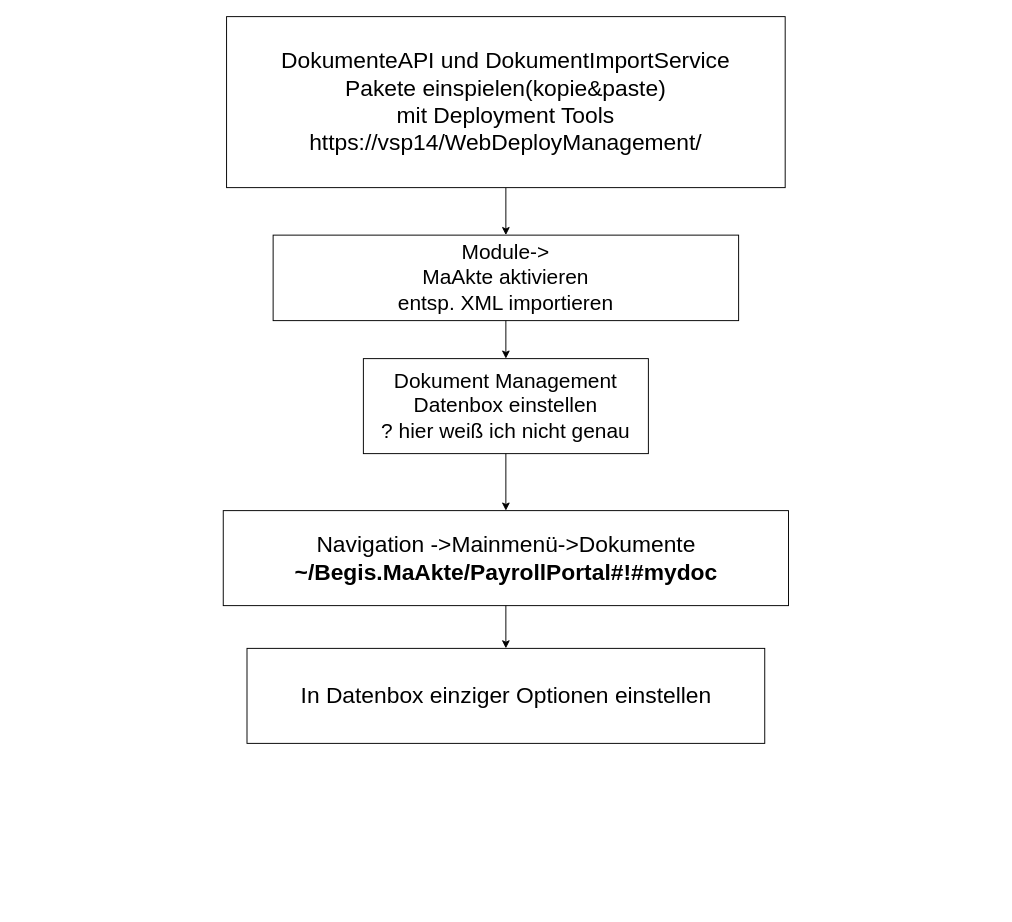
Earlier version of the draw.io diagram Datenbox einrichten.drawio (masteryijian/Hallo-World-). Source tidied: cells renumbered, new cells numbered last; positions are measured from the earlier drawing's top-left corner, leaving out a move shared by most shapes. Both pictures are drawn from the tidied source at 95%, with x=0, y=0 at pixel (223, 16).
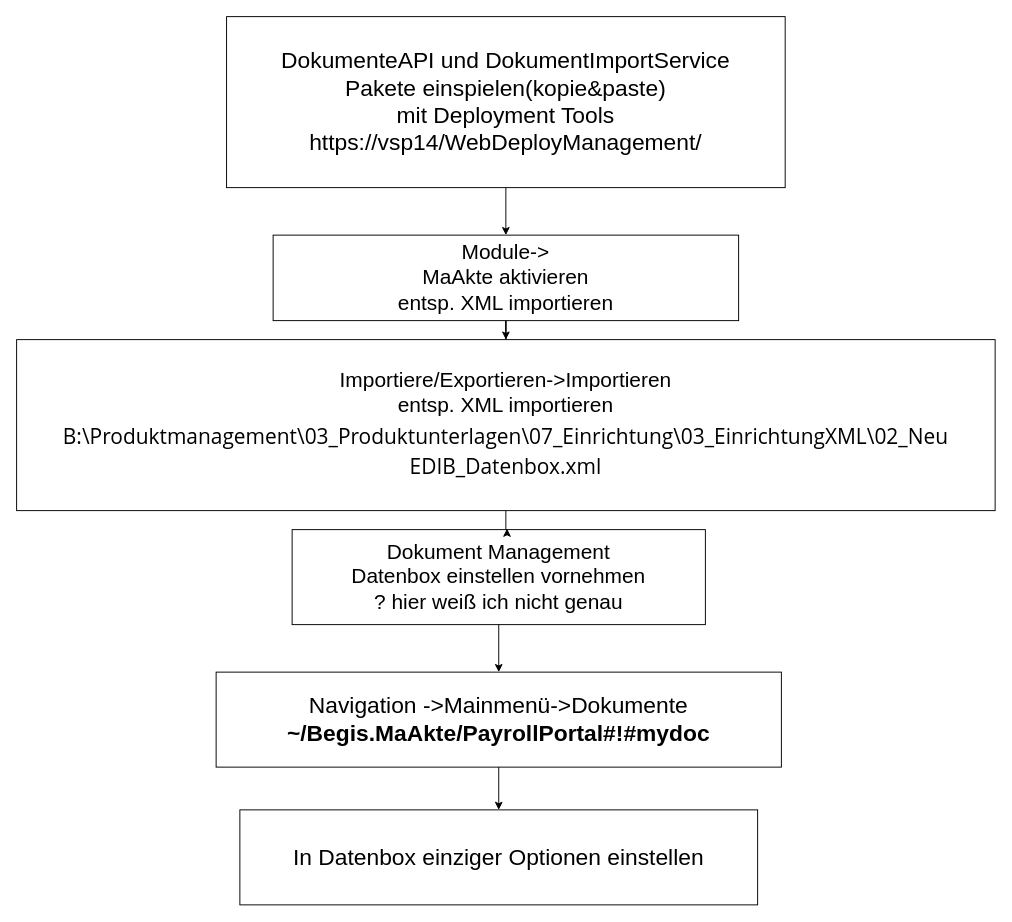
The same page after the edit.

The edit, as a diff of the source:
```diff
@@
 <mxGraphModel>
   <root>
     <mxCell id="0" />
     <mxCell id="1" parent="0" />
+    <mxCell id="11" style="edgeStyle=orthogonalEdgeStyle;rounded=0;jettySize=auto;html=1;fontSize=24;" parent="1" edge="1" source="2" target="13">
+      <mxGeometry relative="1" as="geometry" />
+    </mxCell>
     <mxCell id="2" value="&lt;font style=&quot;font-size: 22px&quot;&gt;Module-&amp;gt;&lt;br style=&quot;font-size: 22px&quot;&gt;MaAkte aktivieren&lt;br&gt;entsp. XML importieren&lt;br&gt;&lt;/font&gt;" style="rounded=0;whiteSpace=wrap;html=1;fontSize=22;" parent="1" vertex="1">
       <mxGeometry x="52" y="230" width="490" height="90" as="geometry" />
     </mxCell>
-    <mxCell id="3" value="Dokument Management&lt;br&gt;Datenbox einstellen&lt;br&gt;? hier weiß ich nicht genau" style="rounded=0;whiteSpace=wrap;html=1;fontSize=22;" parent="1" vertex="1">
-      <mxGeometry x="147" y="360" width="300" height="100" as="geometry" />
+    <mxCell id="3" value="Dokument Management&lt;br&gt;Datenbox einstellen vornehmen&lt;br&gt;? hier weiß ich nicht genau" style="rounded=0;whiteSpace=wrap;html=1;fontSize=22;" parent="1" vertex="1">
+      <mxGeometry x="72" y="540" width="435" height="100" as="geometry" />
     </mxCell>
     <mxCell id="4" value="Navigation -&amp;gt;Mainmenü-&amp;gt;Dokumente&lt;br style=&quot;font-size: 24px&quot;&gt;&lt;div class=&quot;WordSection1&quot; style=&quot;font-size: 24px&quot;&gt;&lt;p class=&quot;MsoNormal&quot; style=&quot;margin: 0cm ; line-height: normal ; font-size: 24px ; font-family: &amp;#34;calibri&amp;#34; , sans-serif&quot;&gt;&lt;b style=&quot;font-size: 24px&quot;&gt;&lt;span lang=&quot;ZH-CN&quot; style=&quot;font-size: 24px ; font-family: &amp;#34;microsoft yahei&amp;#34; , sans-serif&quot;&gt;~/Begis.MaAkte/PayrollPortal#!#mydoc&lt;/span&gt;&lt;/b&gt;&lt;/p&gt;&lt;/div&gt;" style="rounded=0;whiteSpace=wrap;html=1;fontSize=24;" parent="1" vertex="1">
-      <mxGeometry x="-0.5" y="520" width="595" height="100" as="geometry" />
+      <mxGeometry x="-8" y="690" width="595" height="100" as="geometry" />
     </mxCell>
-    <mxCell id="5" style="endArrow=classic;html=1;fontSize=24;exitX=0.5;exitY=1;exitDx=0;exitDy=0;entryX=0.5;entryY=0;entryDx=0;entryDy=0;" parent="1" edge="1" source="2" target="3">
-      <mxGeometry relative="1" as="geometry" />
-    </mxCell>
     <mxCell id="6" style="endArrow=classic;html=1;fontSize=24;exitX=0.5;exitY=1;exitDx=0;exitDy=0;entryX=0.5;entryY=0;entryDx=0;entryDy=0;" parent="1" edge="1" source="3" target="4">
       <mxGeometry relative="1" as="geometry" />
     </mxCell>
     <mxCell id="7" value="In Datenbox einziger Optionen einstellen" style="rounded=0;whiteSpace=wrap;html=1;fontSize=24;" parent="1" vertex="1">
-      <mxGeometry x="24.5" y="665" width="545" height="100" as="geometry" />
+      <mxGeometry x="17" y="835" width="545" height="100" as="geometry" />
     </mxCell>
     <mxCell id="8" style="endArrow=classic;html=1;fontSize=24;entryX=0.5;entryY=0;entryDx=0;entryDy=0;exitX=0.5;exitY=1;exitDx=0;exitDy=0;" parent="1" edge="1" source="4" target="7">
       <mxGeometry relative="1" as="geometry" />
     </mxCell>
     <mxCell id="9" style="edgeStyle=orthogonalEdgeStyle;rounded=0;jettySize=auto;html=1;fontSize=24;" parent="1" edge="1" source="10" target="2">
       <mxGeometry relative="1" as="geometry" />
     </mxCell>
     <mxCell id="10" value="DokumenteAPI und DokumentImportService &lt;br&gt;Pakete einspielen(kopie&amp;amp;paste)&lt;br&gt;mit Deployment Tools&lt;br&gt;https://vsp14/WebDeployManagement/" style="rounded=0;whiteSpace=wrap;html=1;fontSize=24;" parent="1" vertex="1">
       <mxGeometry x="3" width="588" height="180" as="geometry" />
     </mxCell>
+    <mxCell id="12" style="edgeStyle=orthogonalEdgeStyle;rounded=0;jettySize=auto;html=1;fontSize=24;entryX=0.52;entryY=-0.01;entryDx=0;entryDy=0;entryPerimeter=0;" parent="1" edge="1" source="13" target="3">
+      <mxGeometry relative="1" as="geometry" />
+    </mxCell>
+    <mxCell id="13" value="&lt;font style=&quot;font-size: 22px;&quot;&gt;Importiere/Exportieren-&amp;gt;Importieren&lt;br style=&quot;font-size: 22px;&quot;&gt;entsp. XML importieren&lt;br style=&quot;font-size: 22px;&quot;&gt;&lt;div class=&quot;WordSection1&quot; style=&quot;font-size: 22px;&quot;&gt;&lt;p class=&quot;MsoNormal&quot; style=&quot;margin: 2pt 0cm; line-height: normal; font-size: 22px; font-family: calibri, sans-serif;&quot;&gt;&lt;span style=&quot;font-size: 22px; font-family: &amp;quot;segoe ui&amp;quot;, sans-serif;&quot;&gt;B:\Produktmanagement\03_Produktunterlagen\07_Einrichtung\03_EinrichtungXML\02_Neu&lt;/span&gt;&lt;span style=&quot;font-size: 22px; font-family: &amp;quot;segoe ui&amp;quot;, sans-serif;&quot;&gt;&lt;/span&gt;&lt;/p&gt;&lt;p class=&quot;MsoNormal&quot; style=&quot;margin: 2pt 0cm; line-height: normal; font-size: 22px; font-family: calibri, sans-serif;&quot;&gt;&lt;span style=&quot;font-size: 22px; font-family: &amp;quot;segoe ui&amp;quot;, sans-serif;&quot;&gt;EDIB_Datenbox.xml&lt;/span&gt;&lt;span style=&quot;font-size: 22px; font-family: &amp;quot;segoe ui&amp;quot;, sans-serif;&quot;&gt;&lt;/span&gt;&lt;/p&gt;&lt;/div&gt;&lt;/font&gt;" style="rounded=0;whiteSpace=wrap;html=1;fontSize=22;" parent="1" vertex="1">
+      <mxGeometry x="-218" y="340" width="1030" height="180" as="geometry" />
+    </mxCell>
   </root>
 </mxGraphModel>
```
